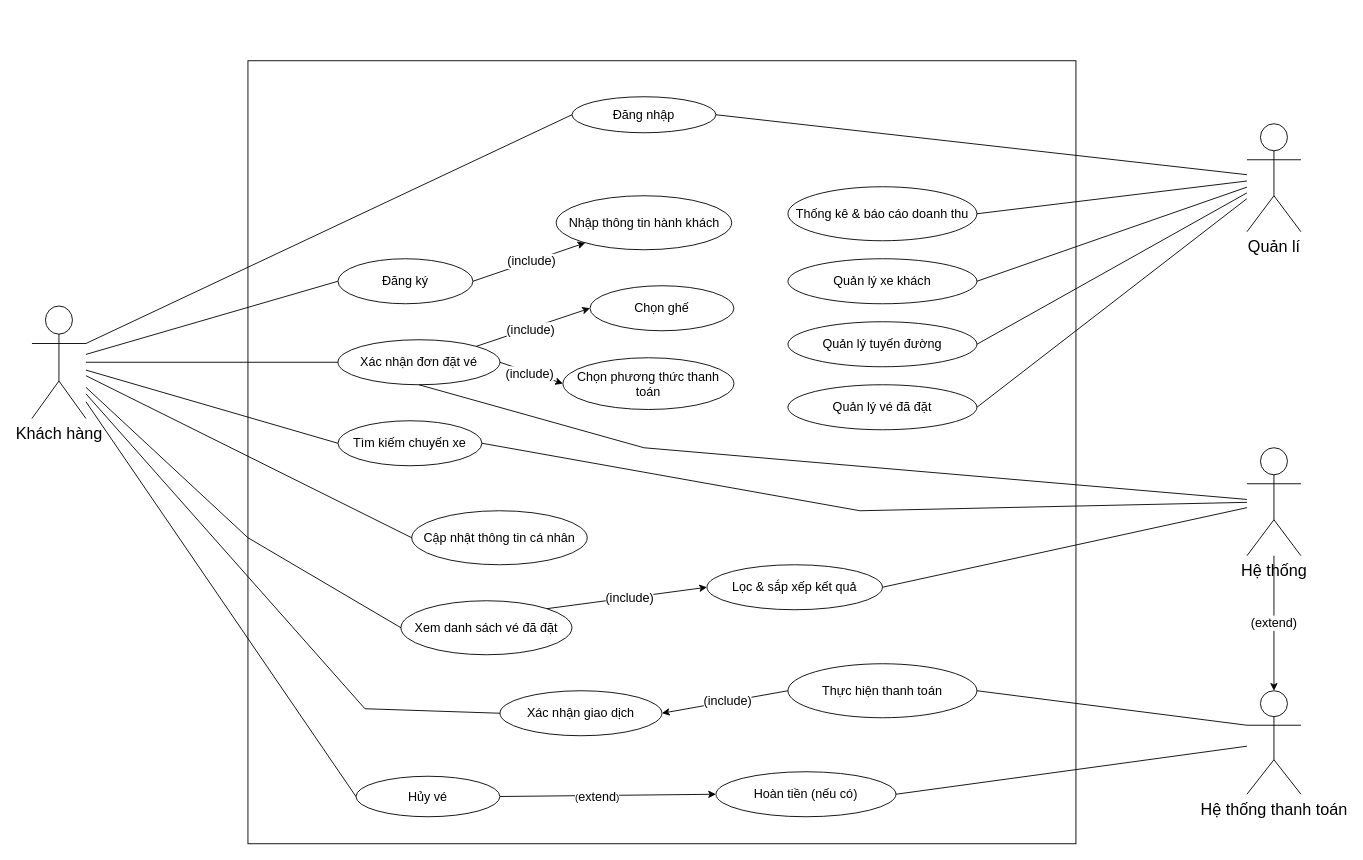
Before: Biểu đồ không có tiêu đề.drawio in anhquan1111/PBL3, a draw.io diagram. Source tidied: cells renumbered, new cells numbered last; positions are measured from the earlier drawing's top-left corner, leaving out a move shared by most shapes. Both pictures are drawn from the tidied source at 90%, with x=0, y=0 at pixel (32, 60).
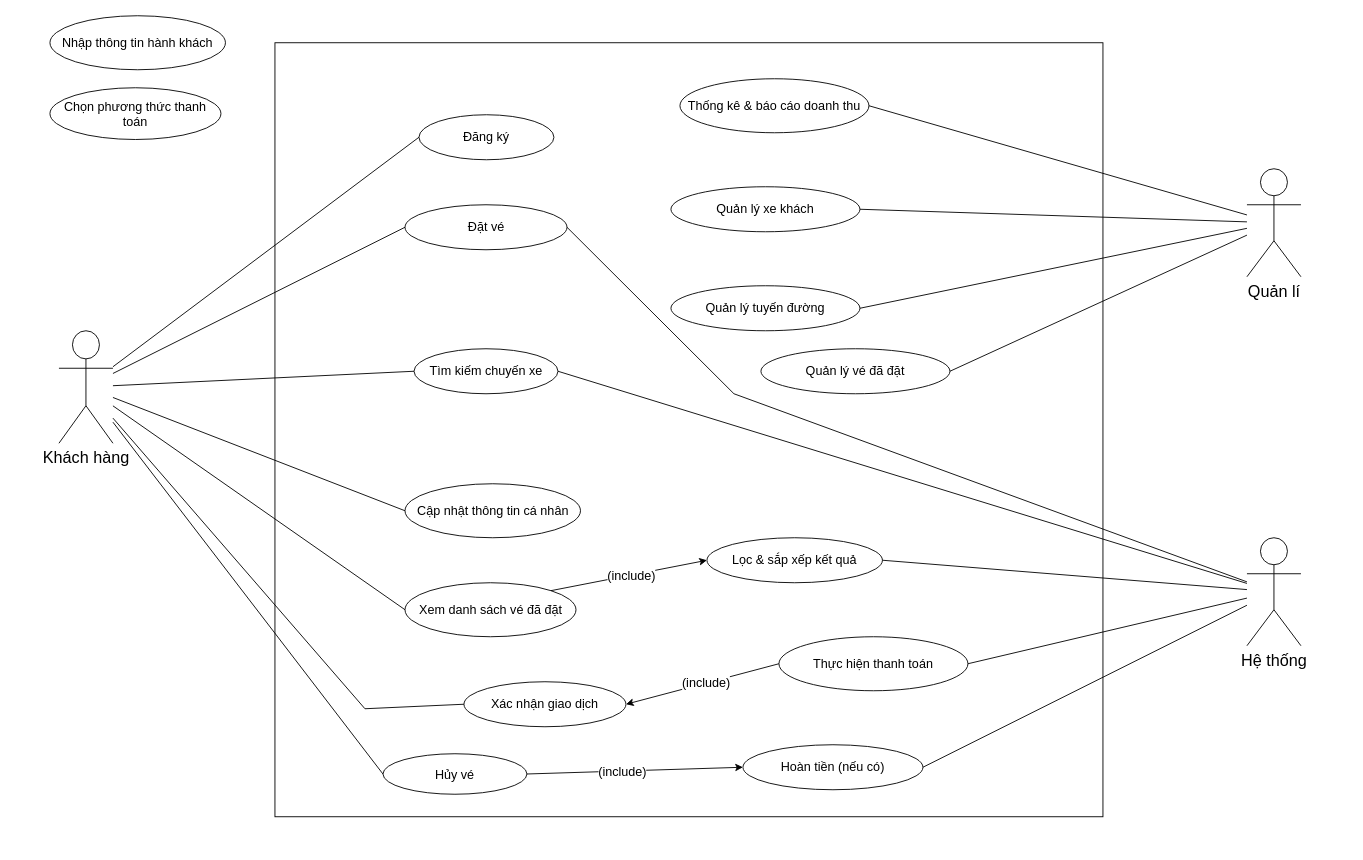
The same page after the edit.

Commit message:
Cập nhật Biểu đồ không có tiêu đề.drawio

The change refers to these unchanged cells:
```xml
<mxCell id="52" style="endArrow=classic;html=1;rounded=0;exitX=1;exitY=0.5;exitDx=0;exitDy=0;entryX=0;entryY=0.5;entryDx=0;entryDy=0;" parent="1" edge="1" source="27" target="11">
  <mxGeometry relative="1" as="geometry" />
</mxCell>
```

What changed in the source:
```diff
@@
     <mxCell id="2" style="rounded=0;whiteSpace=wrap;html=1;" parent="1" vertex="1">
-      <mxGeometry x="240" width="920" height="870" as="geometry" />
+      <mxGeometry x="270" y="-20" width="920" height="860" as="geometry" />
     </mxCell>
     <mxCell id="3" value="&lt;font style=&quot;font-size: 18px;&quot;&gt;Quản lí&lt;/font&gt;" style="shape=umlActor;verticalLabelPosition=bottom;verticalAlign=top;html=1;outlineConnect=0;" parent="1" vertex="1">
-      <mxGeometry x="1350" y="70" width="60" height="120" as="geometry" />
+      <mxGeometry x="1350" y="120" width="60" height="120" as="geometry" />
     </mxCell>
     <mxCell id="4" value="&lt;font style=&quot;font-size: 14px;&quot;&gt;Quản lý xe khách&lt;/font&gt;" style="ellipse;whiteSpace=wrap;html=1;" parent="1" vertex="1">
-      <mxGeometry x="840" y="220" width="210" height="50" as="geometry" />
+      <mxGeometry x="710" y="140" width="210" height="50" as="geometry" />
     </mxCell>
     <mxCell id="5" value="&lt;font style=&quot;font-size: 14px;&quot;&gt;Quản lý tuyến đường&lt;/font&gt;" style="ellipse;whiteSpace=wrap;html=1;" parent="1" vertex="1">
-      <mxGeometry x="840" y="290" width="210" height="50" as="geometry" />
+      <mxGeometry x="710" y="250" width="210" height="50" as="geometry" />
     </mxCell>
     <mxCell id="6" value="&lt;font style=&quot;font-size: 14px;&quot;&gt;Quản lý vé đã đặt&lt;/font&gt;" style="ellipse;whiteSpace=wrap;html=1;" parent="1" vertex="1">
-      <mxGeometry x="840" y="360" width="210" height="50" as="geometry" />
+      <mxGeometry x="810" y="320" width="210" height="50" as="geometry" />
     </mxCell>
     <mxCell id="7" value="&lt;font style=&quot;font-size: 14px;&quot;&gt;Thống kê &amp;amp; báo cáo doanh thu&lt;/font&gt;" style="ellipse;whiteSpace=wrap;html=1;" parent="1" vertex="1">
-      <mxGeometry x="840" y="140" width="210" height="60" as="geometry" />
+      <mxGeometry x="720" y="20" width="210" height="60" as="geometry" />
     </mxCell>
-    <mxCell id="8" value="&lt;font style=&quot;font-size: 18px;&quot;&gt;Khách hàng&lt;/font&gt;" style="shape=umlActor;verticalLabelPosition=bottom;verticalAlign=top;html=1;outlineConnect=0;" parent="1" vertex="1">
-      <mxGeometry y="272.5" width="60" height="125" as="geometry" />
-    </mxCell>
-    <mxCell id="9" value="&lt;font style=&quot;font-size: 18px;&quot;&gt;Hệ thống thanh toán&lt;/font&gt;" style="shape=umlActor;verticalLabelPosition=bottom;verticalAlign=top;html=1;outlineConnect=0;" parent="1" vertex="1">
-      <mxGeometry x="1350" y="700" width="60" height="115" as="geometry" />
-    </mxCell>
     <mxCell id="10" value="&lt;font style=&quot;font-size: 14px;&quot;&gt;Xác nhận giao dịch&lt;/font&gt;" style="ellipse;whiteSpace=wrap;html=1;" parent="1" vertex="1">
-      <mxGeometry x="520" y="700" width="180" height="50" as="geometry" />
+      <mxGeometry x="480" y="690" width="180" height="50" as="geometry" />
     </mxCell>
     <mxCell id="11" value="&lt;font style=&quot;font-size: 14px;&quot;&gt;Hoàn tiền (nếu có)&lt;/font&gt;" style="ellipse;whiteSpace=wrap;html=1;" parent="1" vertex="1">
-      <mxGeometry x="760" y="790" width="200" height="50" as="geometry" />
+      <mxGeometry x="790" y="760" width="200" height="50" as="geometry" />
     </mxCell>
     <mxCell id="12" value="&lt;span style=&quot;font-size: 14px;&quot;&gt;Đăng ký&lt;/span&gt;" style="ellipse;whiteSpace=wrap;html=1;" parent="1" vertex="1">
-      <mxGeometry x="340" y="220" width="150" height="50" as="geometry" />
+      <mxGeometry x="430" y="60" width="150" height="50" as="geometry" />
     </mxCell>
-    <mxCell id="13" value="&lt;span style=&quot;font-size: 14px;&quot;&gt;Đăng nhập&lt;/span&gt;" style="ellipse;whiteSpace=wrap;html=1;" parent="1" vertex="1">
-      <mxGeometry x="600" y="40" width="160" height="40" as="geometry" />
-    </mxCell>
     <mxCell id="14" value="&lt;span style=&quot;font-size: 14px;&quot;&gt;Cập nhật thông tin cá nhân&lt;/span&gt;" style="ellipse;whiteSpace=wrap;html=1;" parent="1" vertex="1">
-      <mxGeometry x="422" y="500" width="195" height="60" as="geometry" />
+      <mxGeometry x="414.5" y="470" width="195" height="60" as="geometry" />
     </mxCell>
     <mxCell id="15" value="&lt;span style=&quot;font-size: 14px;&quot;&gt;Tìm kiếm chuyến xe&lt;/span&gt;" style="ellipse;whiteSpace=wrap;html=1;" parent="1" vertex="1">
-      <mxGeometry x="340" y="400" width="160" height="50" as="geometry" />
+      <mxGeometry x="424.5" y="320" width="160" height="50" as="geometry" />
     </mxCell>
     <mxCell id="16" value="&lt;span style=&quot;font-size: 14px;&quot;&gt;Lọc &amp;amp; sắp xếp kết quả&lt;/span&gt;" style="ellipse;whiteSpace=wrap;html=1;" parent="1" vertex="1">
-      <mxGeometry x="750" y="560" width="195" height="50" as="geometry" />
+      <mxGeometry x="750" y="530" width="195" height="50" as="geometry" />
     </mxCell>
-    <mxCell id="17" value="&lt;span style=&quot;font-size: 14px;&quot;&gt;Xác nhận đơn đặt vé&lt;/span&gt;" style="ellipse;whiteSpace=wrap;html=1;" parent="1" vertex="1">
-      <mxGeometry x="340" y="310" width="180" height="50" as="geometry" />
+    <mxCell id="17" value="&lt;span style=&quot;font-size: 14px;&quot;&gt;Đặt vé&lt;/span&gt;" style="ellipse;whiteSpace=wrap;html=1;" parent="1" vertex="1">
+      <mxGeometry x="414.5" y="160" width="180" height="50" as="geometry" />
     </mxCell>
-    <mxCell id="18" value="&lt;span style=&quot;font-size: 14px;&quot;&gt;Chọn ghế&lt;/span&gt;" style="ellipse;whiteSpace=wrap;html=1;" parent="1" vertex="1">
-      <mxGeometry x="620" y="250" width="160" height="50" as="geometry" />
-    </mxCell>
-    <mxCell id="19" style="endArrow=classic;html=1;rounded=0;entryX=0;entryY=0.5;entryDx=0;entryDy=0;exitX=1;exitY=0;exitDx=0;exitDy=0;" parent="1" edge="1" source="17" target="18">
-      <mxGeometry relative="1" as="geometry" />
-    </mxCell>
-    <mxCell id="20" value="&lt;font style=&quot;font-size: 14px;&quot;&gt;(include)&lt;/font&gt;" style="edgeLabel;html=1;align=center;verticalAlign=middle;" parent="19" vertex="1">
-      <mxGeometry x="-0.05" y="-1" relative="1" as="geometry" />
-    </mxCell>
     <mxCell id="21" value="&lt;span style=&quot;font-size: 14px;&quot;&gt;Nhập thông tin hành khách&lt;/span&gt;" style="ellipse;whiteSpace=wrap;html=1;" parent="1" vertex="1">
-      <mxGeometry x="582.5" y="150" width="195" height="60" as="geometry" />
+      <mxGeometry x="20" y="-50" width="195" height="60" as="geometry" />
     </mxCell>
-    <mxCell id="22" style="endArrow=classic;html=1;rounded=0;exitX=1;exitY=0.5;exitDx=0;exitDy=0;" parent="1" edge="1" source="12" target="21">
-      <mxGeometry relative="1" as="geometry" />
-    </mxCell>
-    <mxCell id="23" value="&lt;font style=&quot;font-size: 14px;&quot;&gt;(include)&lt;/font&gt;" style="edgeLabel;html=1;align=center;verticalAlign=middle;" parent="22" vertex="1">
-      <mxGeometry x="0.03" relative="1" as="geometry" />
-    </mxCell>
     <mxCell id="24" value="&lt;span style=&quot;font-size: 14px;&quot;&gt;Chọn phương thức thanh toán&lt;/span&gt;" style="ellipse;whiteSpace=wrap;html=1;" parent="1" vertex="1">
-      <mxGeometry x="590" y="330" width="190" height="57.5" as="geometry" />
+      <mxGeometry x="20" y="30" width="190" height="57.5" as="geometry" />
     </mxCell>
     <mxCell id="25" value="&lt;span style=&quot;font-size: 14px;&quot;&gt;Thực hiện thanh toán&lt;/span&gt;" style="ellipse;whiteSpace=wrap;html=1;" parent="1" vertex="1">
-      <mxGeometry x="840" y="670" width="210" height="60" as="geometry" />
+      <mxGeometry x="830" y="640" width="210" height="60" as="geometry" />
     </mxCell>
     <mxCell id="26" value="&lt;span style=&quot;font-size: 14px;&quot;&gt;Xem danh sách vé đã đặt&lt;/span&gt;" style="ellipse;whiteSpace=wrap;html=1;" parent="1" vertex="1">
-      <mxGeometry x="410" y="600" width="190" height="60" as="geometry" />
+      <mxGeometry x="414.5" y="580" width="190" height="60" as="geometry" />
     </mxCell>
     <mxCell id="27" value="&lt;span style=&quot;font-size: 14px;&quot;&gt;Hủy vé&lt;/span&gt;" style="ellipse;whiteSpace=wrap;html=1;" parent="1" vertex="1">
-      <mxGeometry x="360" y="795" width="160" height="45" as="geometry" />
+      <mxGeometry x="390" y="770" width="160" height="45" as="geometry" />
     </mxCell>
@@
-    <mxCell id="33" style="endArrow=none;html=1;rounded=0;exitX=1;exitY=0.5;exitDx=0;exitDy=0;" parent="1" edge="1" source="13" target="3">
-      <mxGeometry relative="1" as="geometry" />
-    </mxCell>
-    <mxCell id="34" style="endArrow=none;html=1;rounded=0;entryX=0;entryY=0.5;entryDx=0;entryDy=0;exitX=1;exitY=0.3333333333333333;exitDx=0;exitDy=0;exitPerimeter=0;" parent="1" edge="1" source="8" target="13">
-      <mxGeometry relative="1" as="geometry" />
-    </mxCell>
     <mxCell id="35" value="&lt;font style=&quot;font-size: 18px;&quot;&gt;Hệ thống&lt;/font&gt;" style="shape=umlActor;verticalLabelPosition=bottom;verticalAlign=top;html=1;outlineConnect=0;" parent="1" vertex="1">
-      <mxGeometry x="1350" y="430" width="60" height="120" as="geometry" />
+      <mxGeometry x="1350" y="530" width="60" height="120" as="geometry" />
     </mxCell>
@@
-    <mxCell id="38" style="endArrow=none;html=1;rounded=0;exitX=0.5;exitY=1;exitDx=0;exitDy=0;" parent="1" edge="1" source="17" target="35">
+    <mxCell id="38" style="endArrow=none;html=1;rounded=0;exitX=1;exitY=0.5;exitDx=0;exitDy=0;" parent="1" edge="1" source="17" target="35">
       <mxGeometry relative="1" as="geometry">
         <Array as="points">
-          <mxPoint x="680" y="430" />
+          <mxPoint x="780" y="370" />
         </Array>
       </mxGeometry>
     </mxCell>
@@
     <mxCell id="40" style="endArrow=none;html=1;rounded=0;exitX=1;exitY=0.5;exitDx=0;exitDy=0;" parent="1" edge="1" source="15" target="35">
-      <mxGeometry relative="1" as="geometry">
-        <Array as="points">
-          <mxPoint x="920" y="500" />
-        </Array>
-      </mxGeometry>
+      <mxGeometry relative="1" as="geometry" />
     </mxCell>
@@
-    <mxCell id="45" style="endArrow=none;html=1;rounded=0;exitX=1;exitY=0.5;exitDx=0;exitDy=0;entryX=0;entryY=0.3333333333333333;entryDx=0;entryDy=0;entryPerimeter=0;" parent="1" edge="1" source="25" target="9">
+    <mxCell id="45" style="endArrow=none;html=1;rounded=0;exitX=1;exitY=0.5;exitDx=0;exitDy=0;" parent="1" edge="1" source="25" target="35">
       <mxGeometry relative="1" as="geometry" />
     </mxCell>
-    <mxCell id="46" style="endArrow=none;html=1;rounded=0;exitX=1;exitY=0.5;exitDx=0;exitDy=0;" parent="1" edge="1" source="11" target="9">
+    <mxCell id="46" style="endArrow=none;html=1;rounded=0;exitX=1;exitY=0.5;exitDx=0;exitDy=0;" parent="1" edge="1" source="11" target="35">
       <mxGeometry relative="1" as="geometry" />
     </mxCell>
-    <mxCell id="47" style="endArrow=classic;html=1;rounded=0;entryX=0.5;entryY=0;entryDx=0;entryDy=0;entryPerimeter=0;" parent="1" edge="1" source="35" target="9">
-      <mxGeometry relative="1" as="geometry" />
-    </mxCell>
-    <mxCell id="48" value="&lt;font style=&quot;font-size: 14px;&quot;&gt;(extend)&lt;/font&gt;" style="edgeLabel;html=1;align=center;verticalAlign=middle;" parent="47" vertex="1">
-      <mxGeometry x="-0.02" y="-1" relative="1" as="geometry" />
-    </mxCell>
@@
-    <mxCell id="50" style="endArrow=none;html=1;rounded=0;entryX=0;entryY=0.5;entryDx=0;entryDy=0;" parent="1" edge="1" target="10">
+    <mxCell id="50" style="endArrow=none;html=1;rounded=0;entryX=0;entryY=0.5;entryDx=0;entryDy=0;" parent="1" edge="1" source="8" target="10">
       <mxGeometry relative="1" as="geometry">
-        <mxPoint x="60" y="370" as="sourcePoint" />
         <Array as="points">
           <mxPoint x="370" y="720" />
         </Array>
       </mxGeometry>
     </mxCell>
@@
-    <mxCell id="53" value="(&lt;font style=&quot;font-size: 14px;&quot;&gt;extend&lt;/font&gt;)" style="edgeLabel;html=1;align=center;verticalAlign=middle;" parent="52" vertex="1">
-      <mxGeometry x="-0.11" y="-1" relative="1" as="geometry" />
-    </mxCell>
-    <mxCell id="54" style="endArrow=classic;html=1;rounded=0;entryX=0;entryY=0.5;entryDx=0;entryDy=0;exitX=1;exitY=0.5;exitDx=0;exitDy=0;" parent="1" edge="1" source="17" target="24">
-      <mxGeometry relative="1" as="geometry" />
-    </mxCell>
-    <mxCell id="55" value="&lt;font style=&quot;font-size: 14px;&quot;&gt;(include)&lt;/font&gt;" style="edgeLabel;html=1;align=center;verticalAlign=middle;" parent="54" vertex="1">
-      <mxGeometry x="-0.05" y="-1" relative="1" as="geometry" />
-    </mxCell>
+    <mxCell id="62" value="&lt;span style=&quot;font-size: 14px;&quot;&gt;(include)&lt;/span&gt;" style="edgeLabel;html=1;align=center;verticalAlign=middle;" parent="52" vertex="1">
+      <mxGeometry x="-0.11" relative="1" as="geometry">
+        <mxPoint x="-1" as="offset" />
+      </mxGeometry>
+    </mxCell>
@@
     <mxCell id="60" style="endArrow=none;html=1;rounded=0;entryX=0;entryY=0.5;entryDx=0;entryDy=0;" parent="1" edge="1" source="8" target="26">
-      <mxGeometry relative="1" as="geometry">
-        <Array as="points">
-          <mxPoint x="240" y="530" />
-        </Array>
-      </mxGeometry>
+      <mxGeometry relative="1" as="geometry" />
     </mxCell>
@@
+    <mxCell id="8" value="&lt;font style=&quot;font-size: 18px;&quot;&gt;Khách hàng&lt;/font&gt;" style="shape=umlActor;verticalLabelPosition=bottom;verticalAlign=top;html=1;outlineConnect=0;" parent="1" vertex="1">
+      <mxGeometry x="30" y="300" width="60" height="125" as="geometry" />
+    </mxCell>
```
